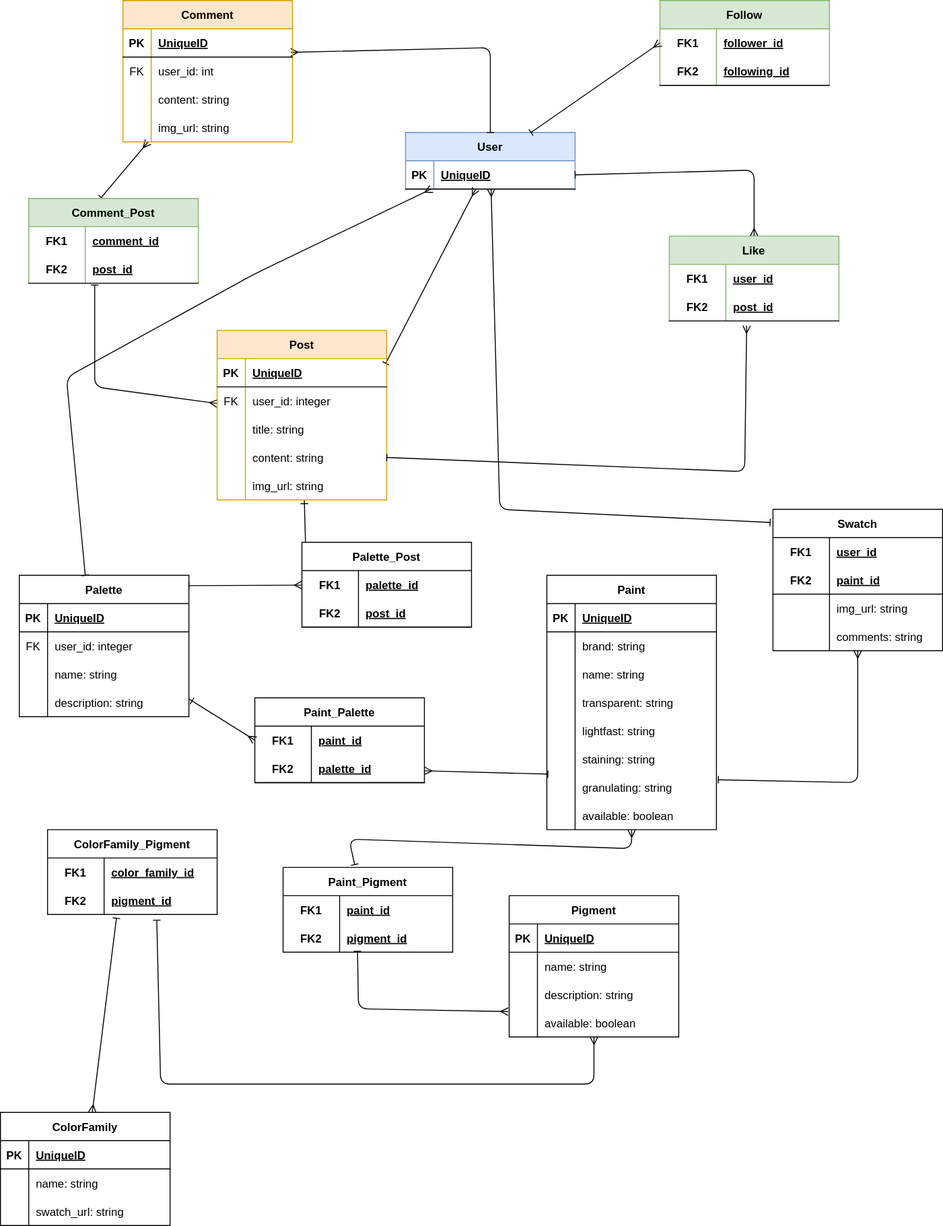
Above: pigments.drawio.svg in LeelooMina/pigment-api (draw.io), before the change. Source tidied: cells renumbered, new cells last; positions are measured from the earlier drawing's top-left corner, leaving out a move shared by most shapes.
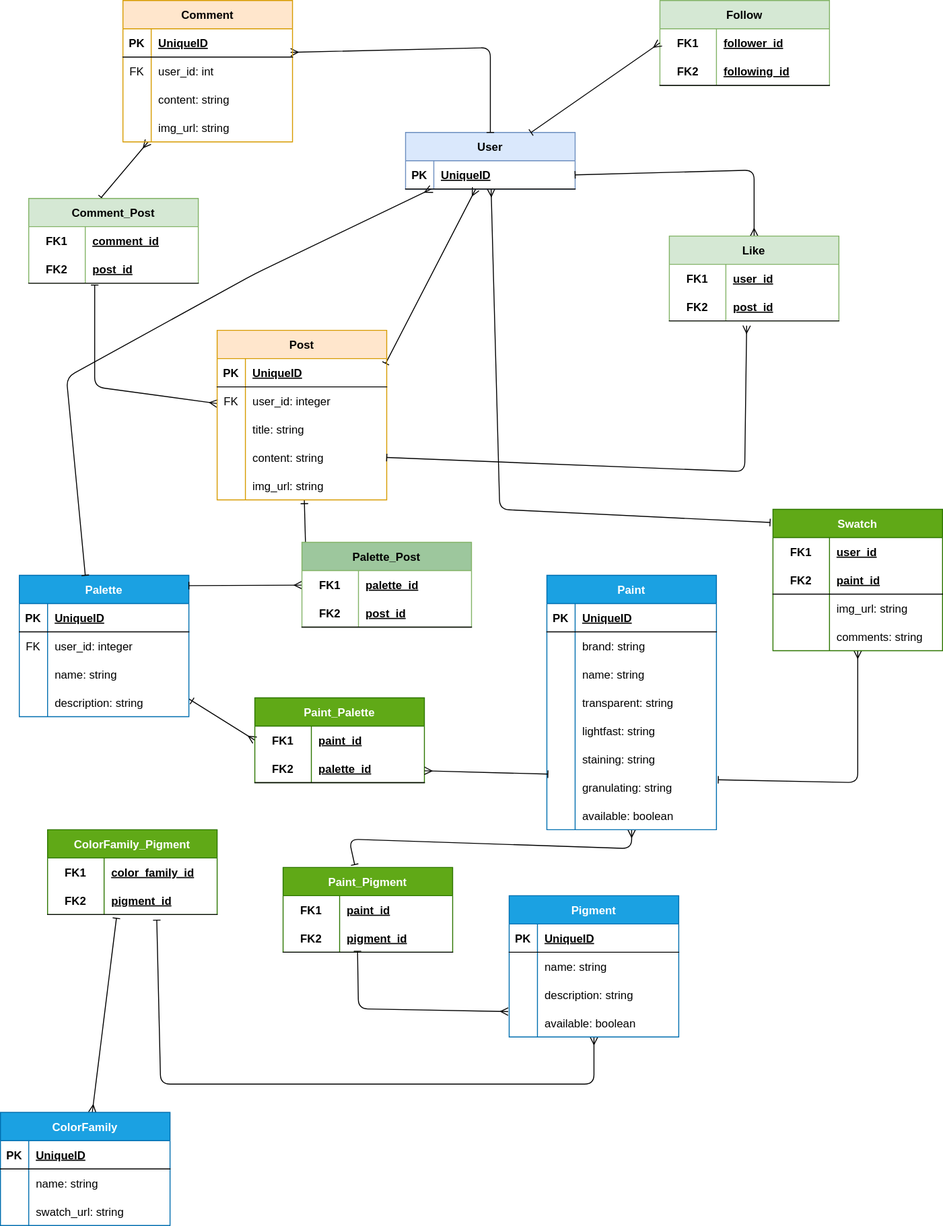
Later version of the same file.

Diff of the diagram source:
```diff
@@ -17,7 +17,7 @@
         </Array>
       </mxGeometry>
     </mxCell>
-    <mxCell id="4" value="Pigment" style="shape=table;startSize=30;rowLines=0;fontStyle=1;align=center;" parent="1" vertex="1">
+    <mxCell id="4" value="Pigment" style="shape=table;startSize=30;rowLines=0;fontStyle=1;align=center;fillColor=#1ba1e2;fontColor=#ffffff;strokeColor=#006EAF;" parent="1" vertex="1">
       <mxGeometry x="540" y="950" width="180" height="150" as="geometry" />
     </mxCell>
     <mxCell id="5" style="shape=tableRow;horizontal=0;startSize=0;swimlaneHead=0;swimlaneBody=0;fillColor=none;top=0;left=0;right=0;bottom=1;" parent="4" vertex="1">
@@ -59,7 +59,7 @@
     <mxCell id="17" style="edgeStyle=none;html=1;entryX=0;entryY=0.5;entryDx=0;entryDy=0;endArrow=ERmany;endFill=0;startArrow=ERone;startFill=0;" parent="1" edge="1" source="18" target="32">
       <mxGeometry relative="1" as="geometry" />
     </mxCell>
-    <mxCell id="18" value="Palette" style="shape=table;startSize=30;rowLines=0;fontStyle=1;align=center;" parent="1" vertex="1">
+    <mxCell id="18" value="Palette" style="shape=table;startSize=30;rowLines=0;fontStyle=1;align=center;fillColor=#1ba1e2;fontColor=#ffffff;strokeColor=#006EAF;" parent="1" vertex="1">
       <mxGeometry x="20" y="610" width="180" height="150" as="geometry" />
     </mxCell>
     <mxCell id="19" style="shape=tableRow;horizontal=0;startSize=0;swimlaneHead=0;swimlaneBody=0;fillColor=none;top=0;left=0;right=0;bottom=1;" parent="18" vertex="1">
@@ -98,7 +98,7 @@
     <mxCell id="30" value="description: string" style="shape=partialRectangle;fillColor=none;top=0;left=0;bottom=0;right=0;align=left;spacingLeft=6;overflow=hidden;" parent="28" vertex="1">
       <mxGeometry x="30" width="150" height="30" as="geometry" />
     </mxCell>
-    <mxCell id="31" value="Paint_Palette" style="shape=table;startSize=30;rowLines=0;fontStyle=1;align=center;" parent="1" vertex="1">
+    <mxCell id="31" value="Paint_Palette" style="shape=table;startSize=30;rowLines=0;fontStyle=1;align=center;fillColor=#60a917;fontColor=#ffffff;strokeColor=#2D7600;" parent="1" vertex="1">
       <mxGeometry x="270" y="740" width="180" height="90" as="geometry" />
     </mxCell>
     <mxCell id="32" style="shape=tableRow;horizontal=0;startSize=0;swimlaneHead=0;swimlaneBody=0;fillColor=none;points=[[0,0.5],[1,0.5]];portConstraint=eastwest;top=0;left=0;right=0;bottom=0;" parent="31" vertex="1">
@@ -126,7 +126,7 @@
         </Array>
       </mxGeometry>
     </mxCell>
-    <mxCell id="39" value="Swatch" style="shape=table;startSize=30;rowLines=0;fontStyle=1;align=center;" parent="1" vertex="1">
+    <mxCell id="39" value="Swatch" style="shape=table;startSize=30;rowLines=0;fontStyle=1;align=center;fillColor=#60a917;fontColor=#ffffff;strokeColor=#2D7600;" parent="1" vertex="1">
       <mxGeometry x="820" y="540" width="180" height="150" as="geometry" />
     </mxCell>
     <mxCell id="40" style="shape=tableRow;horizontal=0;startSize=0;swimlaneHead=0;swimlaneBody=0;fillColor=none;top=0;left=0;right=0;bottom=0;" parent="39" vertex="1">
@@ -173,7 +173,7 @@
         </Array>
       </mxGeometry>
     </mxCell>
-    <mxCell id="53" value="Paint" style="shape=table;startSize=30;rowLines=0;fontStyle=1;align=center;" parent="1" vertex="1">
+    <mxCell id="53" value="Paint" style="shape=table;startSize=30;rowLines=0;fontStyle=1;align=center;fillColor=#1ba1e2;fontColor=#ffffff;strokeColor=#006EAF;" parent="1" vertex="1">
       <mxGeometry x="580" y="610" width="180" height="270" as="geometry" />
     </mxCell>
     <mxCell id="54" style="shape=tableRow;horizontal=0;startSize=0;swimlaneHead=0;swimlaneBody=0;fillColor=none;top=0;left=0;right=0;bottom=1;" parent="53" vertex="1">
@@ -248,7 +248,7 @@
     <mxCell id="77" value="available: boolean" style="shape=partialRectangle;fillColor=none;top=0;left=0;bottom=0;right=0;align=left;spacingLeft=6;overflow=hidden;" parent="75" vertex="1">
       <mxGeometry x="30" width="150" height="30" as="geometry" />
     </mxCell>
-    <mxCell id="78" value="Paint_Pigment" style="shape=table;startSize=30;rowLines=0;fontStyle=1;align=center;" parent="1" vertex="1">
+    <mxCell id="78" value="Paint_Pigment" style="shape=table;startSize=30;rowLines=0;fontStyle=1;align=center;fillColor=#60a917;fontColor=#ffffff;strokeColor=#2D7600;" parent="1" vertex="1">
       <mxGeometry x="300" y="920" width="180" height="90" as="geometry" />
     </mxCell>
     <mxCell id="79" style="shape=tableRow;horizontal=0;startSize=0;swimlaneHead=0;swimlaneBody=0;fillColor=none;top=0;left=0;right=0;bottom=0;" parent="78" vertex="1">
@@ -272,7 +272,7 @@
     <mxCell id="85" style="edgeStyle=none;html=1;entryX=0.406;entryY=1.133;entryDx=0;entryDy=0;entryPerimeter=0;startArrow=ERmany;startFill=0;endArrow=baseDash;endFill=0;" parent="1" edge="1" source="86" target="100">
       <mxGeometry relative="1" as="geometry" />
     </mxCell>
-    <mxCell id="86" value="ColorFamily" style="shape=table;startSize=30;rowLines=0;fontStyle=1;align=center;" parent="1" vertex="1">
+    <mxCell id="86" value="ColorFamily" style="shape=table;startSize=30;rowLines=0;fontStyle=1;align=center;fillColor=#1ba1e2;fontColor=#ffffff;strokeColor=#006EAF;" parent="1" vertex="1">
       <mxGeometry y="1180" width="180" height="120" as="geometry" />
     </mxCell>
     <mxCell id="87" style="shape=tableRow;horizontal=0;startSize=0;swimlaneHead=0;swimlaneBody=0;fillColor=none;top=0;left=0;right=0;bottom=1;" parent="86" vertex="1">
@@ -302,7 +302,7 @@
     <mxCell id="95" value="swatch_url: string" style="shape=partialRectangle;fillColor=none;top=0;left=0;bottom=0;right=0;align=left;spacingLeft=6;overflow=hidden;" parent="93" vertex="1">
       <mxGeometry x="30" width="150" height="30" as="geometry" />
     </mxCell>
-    <mxCell id="96" value="ColorFamily_Pigment" style="shape=table;startSize=30;rowLines=0;fontStyle=1;align=center;" parent="1" vertex="1">
+    <mxCell id="96" value="ColorFamily_Pigment" style="shape=table;startSize=30;rowLines=0;fontStyle=1;align=center;fillColor=#60a917;fontColor=#ffffff;strokeColor=#2D7600;" parent="1" vertex="1">
       <mxGeometry x="50" y="880" width="180" height="90" as="geometry" />
     </mxCell>
     <mxCell id="97" style="shape=tableRow;horizontal=0;startSize=0;swimlaneHead=0;swimlaneBody=0;fillColor=none;top=0;left=0;right=0;bottom=0;" parent="96" vertex="1">
@@ -549,7 +549,7 @@
     <mxCell id="169" style="edgeStyle=none;html=1;entryX=1;entryY=0.073;entryDx=0;entryDy=0;entryPerimeter=0;startArrow=ERmany;startFill=0;endArrow=baseDash;endFill=0;" parent="1" edge="1" source="170" target="18">
       <mxGeometry relative="1" as="geometry" />
     </mxCell>
-    <mxCell id="170" value="Palette_Post" style="shape=table;startSize=30;rowLines=0;fontStyle=1;align=center;" parent="1" vertex="1">
+    <mxCell id="170" value="Palette_Post" style="shape=table;startSize=30;rowLines=0;fontStyle=1;align=center;fillColor=#9DC79D;strokeColor=#82b366;" parent="1" vertex="1">
       <mxGeometry x="320" y="575" width="180" height="90" as="geometry" />
     </mxCell>
     <mxCell id="171" style="shape=tableRow;horizontal=0;startSize=0;swimlaneHead=0;swimlaneBody=0;fillColor=none;top=0;left=0;right=0;bottom=0;" parent="170" vertex="1">
```
